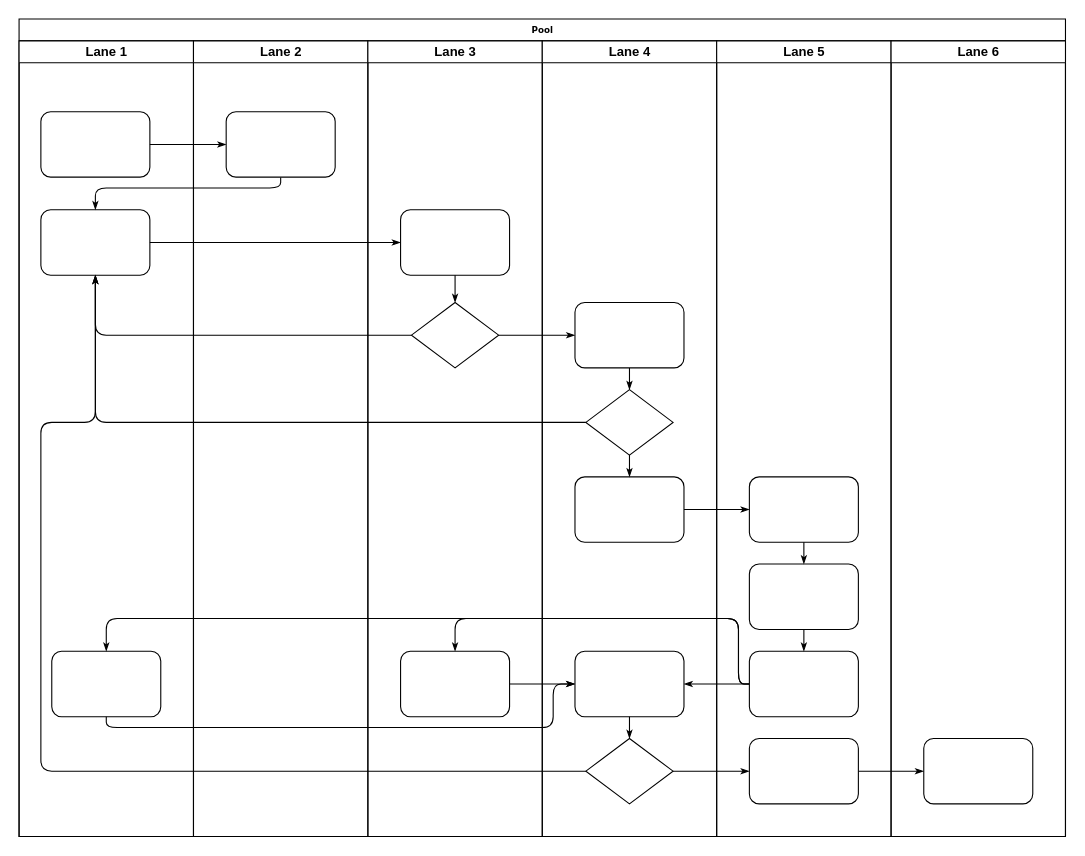
This is 未命名绘图.drawio from 13253990259/map-storage, a draw.io file, before an edit. Source tidied: cells renumbered, new cells numbered last; positions are measured from the earlier drawing's top-left corner, leaving out a move shared by most shapes. Both pictures are drawn from the tidied source at 109%, with x=0, y=0 at pixel (19, 19).
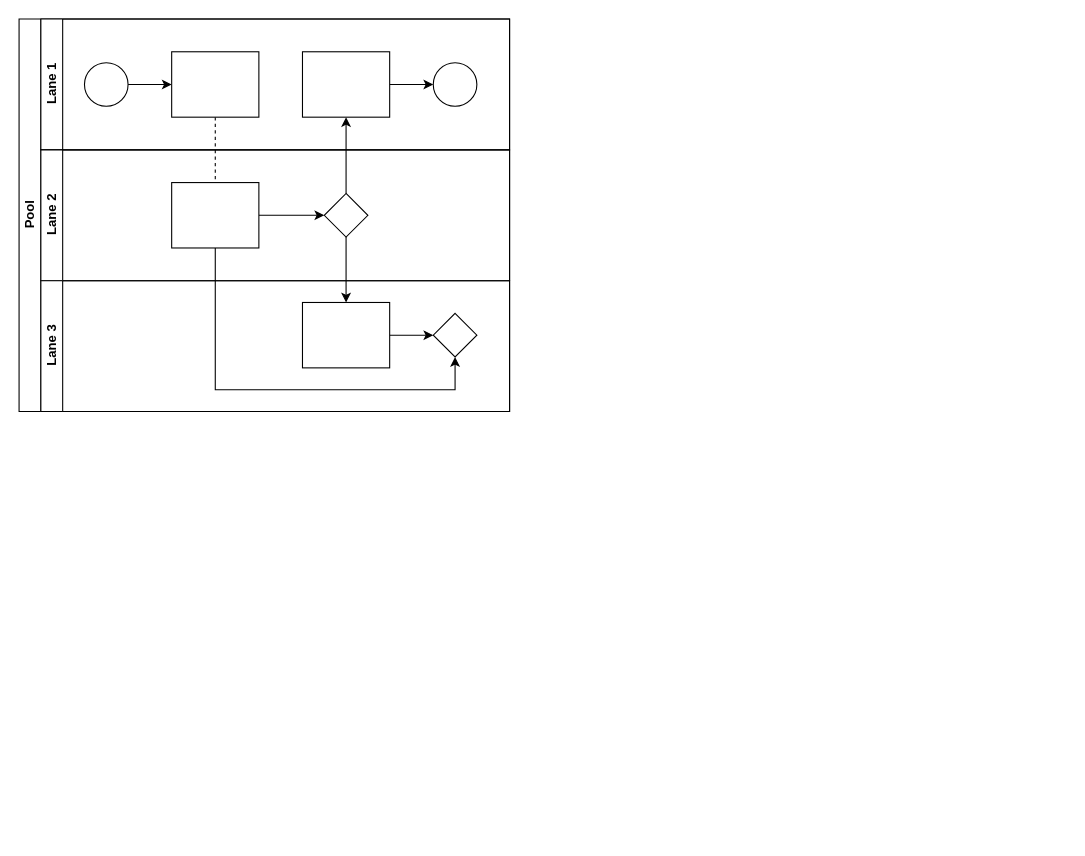
After the change.

Commit message:
已添加 未命名绘图.drawio

Change to the diagram source:
```diff
@@
-    <mxCell id="2" value="Pool" style="swimlane;html=1;startSize=20;rounded=0;shadow=0;labelBackgroundColor=none;strokeWidth=1;fontFamily=Verdana;fontSize=8;align=center;" parent="1" vertex="1">
-      <mxGeometry width="960" height="750" as="geometry" />
+    <mxCell id="2" value="Pool" style="swimlane;html=1;horizontal=0;startSize=20;" parent="1" vertex="1">
+      <mxGeometry width="450" height="360" as="geometry" />
     </mxCell>
+    <mxCell id="47" style="edgeStyle=orthogonalEdgeStyle;rounded=0;jettySize=auto;html=1;dashed=1;endArrow=none;endFill=0;" parent="2" edge="1" source="53" target="58">
+      <mxGeometry relative="1" as="geometry" />
+    </mxCell>
+    <mxCell id="48" style="edgeStyle=orthogonalEdgeStyle;rounded=0;jettySize=auto;html=1;endArrow=classic;endFill=1;" parent="2" edge="1" source="59" target="55">
+      <mxGeometry relative="1" as="geometry" />
+    </mxCell>
+    <mxCell id="49" style="edgeStyle=orthogonalEdgeStyle;rounded=0;jettySize=auto;html=1;endArrow=classic;endFill=1;" parent="2" edge="1" source="59" target="61">
+      <mxGeometry relative="1" as="geometry" />
+    </mxCell>
+    <mxCell id="50" style="edgeStyle=orthogonalEdgeStyle;rounded=0;jettySize=auto;html=1;endArrow=classic;endFill=1;" parent="2" edge="1" source="58" target="62">
+      <mxGeometry relative="1" as="geometry">
+        <Array as="points">
+          <mxPoint x="180" y="340" />
+          <mxPoint x="400" y="340" />
+        </Array>
+      </mxGeometry>
+    </mxCell>
-    <mxCell id="3" value="Lane 1" style="swimlane;html=1;startSize=20;" parent="2" vertex="1">
-      <mxGeometry y="20" width="160" height="730" as="geometry" />
+    <mxCell id="3" value="Lane 1" style="swimlane;html=1;startSize=20;horizontal=0;" parent="2" vertex="1">
+      <mxGeometry x="20" width="430" height="120" as="geometry" />
     </mxCell>
-    <mxCell id="4" style="rounded=1;whiteSpace=wrap;html=1;shadow=0;labelBackgroundColor=none;strokeWidth=1;fontFamily=Verdana;fontSize=8;align=center;" parent="3" vertex="1">
-      <mxGeometry x="20" y="65" width="100" height="60" as="geometry" />
-    </mxCell>
-    <mxCell id="5" style="rounded=1;whiteSpace=wrap;html=1;shadow=0;labelBackgroundColor=none;strokeWidth=1;fontFamily=Verdana;fontSize=8;align=center;" parent="3" vertex="1">
-      <mxGeometry x="20" y="155" width="100" height="60" as="geometry" />
-    </mxCell>
-    <mxCell id="6" style="rounded=1;whiteSpace=wrap;html=1;shadow=0;labelBackgroundColor=none;strokeWidth=1;fontFamily=Verdana;fontSize=8;align=center;" parent="3" vertex="1">
-      <mxGeometry x="30" y="560" width="100" height="60" as="geometry" />
-    </mxCell>
-    <mxCell id="7" style="edgeStyle=orthogonalEdgeStyle;rounded=1;html=1;labelBackgroundColor=none;startArrow=none;startFill=0;startSize=5;endArrow=classicThin;endFill=1;endSize=5;jettySize=auto;strokeWidth=1;fontFamily=Verdana;fontSize=8;" parent="2" edge="1" source="4" target="23">
-      <mxGeometry relative="1" as="geometry" />
-    </mxCell>
-    <mxCell id="8" style="edgeStyle=orthogonalEdgeStyle;rounded=1;html=1;labelBackgroundColor=none;startArrow=none;startFill=0;startSize=5;endArrow=classicThin;endFill=1;endSize=5;jettySize=auto;strokeWidth=1;fontFamily=Verdana;fontSize=8;" parent="2" edge="1" source="23" target="5">
-      <mxGeometry relative="1" as="geometry">
-        <Array as="points">
-          <mxPoint x="240" y="155" />
-          <mxPoint x="70" y="155" />
-        </Array>
-      </mxGeometry>
-    </mxCell>
-    <mxCell id="9" style="edgeStyle=orthogonalEdgeStyle;rounded=1;html=1;labelBackgroundColor=none;startArrow=none;startFill=0;startSize=5;endArrow=classicThin;endFill=1;endSize=5;jettySize=auto;strokeWidth=1;fontFamily=Verdana;fontSize=8;" parent="2" edge="1" source="5" target="25">
-      <mxGeometry relative="1" as="geometry" />
-    </mxCell>
-    <mxCell id="10" style="edgeStyle=orthogonalEdgeStyle;rounded=1;html=1;labelBackgroundColor=none;startArrow=none;startFill=0;startSize=5;endArrow=classicThin;endFill=1;endSize=5;jettySize=auto;strokeWidth=1;fontFamily=Verdana;fontSize=8;" parent="2" edge="1" source="26" target="5">
-      <mxGeometry relative="1" as="geometry" />
-    </mxCell>
-    <mxCell id="11" style="edgeStyle=orthogonalEdgeStyle;rounded=1;html=1;labelBackgroundColor=none;startArrow=none;startFill=0;startSize=5;endArrow=classicThin;endFill=1;endSize=5;jettySize=auto;strokeWidth=1;fontFamily=Verdana;fontSize=8;" parent="2" edge="1" source="31" target="5">
-      <mxGeometry relative="1" as="geometry" />
-    </mxCell>
-    <mxCell id="12" style="edgeStyle=orthogonalEdgeStyle;rounded=1;html=1;labelBackgroundColor=none;startArrow=none;startFill=0;startSize=5;endArrow=classicThin;endFill=1;endSize=5;jettySize=auto;strokeWidth=1;fontFamily=Verdana;fontSize=8;" parent="2" edge="1" source="34" target="5">
-      <mxGeometry relative="1" as="geometry">
-        <Array as="points">
-          <mxPoint x="20" y="690" />
-          <mxPoint x="20" y="370" />
-          <mxPoint x="70" y="370" />
-        </Array>
-      </mxGeometry>
-    </mxCell>
-    <mxCell id="13" style="edgeStyle=orthogonalEdgeStyle;rounded=1;html=1;labelBackgroundColor=none;startArrow=none;startFill=0;startSize=5;endArrow=classicThin;endFill=1;endSize=5;jettySize=auto;strokeWidth=1;fontFamily=Verdana;fontSize=8;" parent="2" edge="1" source="26" target="30">
-      <mxGeometry relative="1" as="geometry" />
-    </mxCell>
-    <mxCell id="14" style="edgeStyle=orthogonalEdgeStyle;rounded=1;html=1;labelBackgroundColor=none;startArrow=none;startFill=0;startSize=5;endArrow=classicThin;endFill=1;endSize=5;jettySize=auto;strokeWidth=1;fontFamily=Verdana;fontSize=8;" parent="2" edge="1" source="34" target="42">
-      <mxGeometry relative="1" as="geometry" />
-    </mxCell>
-    <mxCell id="15" style="edgeStyle=orthogonalEdgeStyle;rounded=1;html=1;labelBackgroundColor=none;startArrow=none;startFill=0;startSize=5;endArrow=classicThin;endFill=1;endSize=5;jettySize=auto;strokeWidth=1;fontFamily=Verdana;fontSize=8;" parent="2" edge="1" source="42" target="46">
-      <mxGeometry relative="1" as="geometry" />
-    </mxCell>
-    <mxCell id="16" style="edgeStyle=orthogonalEdgeStyle;rounded=1;html=1;labelBackgroundColor=none;startArrow=none;startFill=0;startSize=5;endArrow=classicThin;endFill=1;endSize=5;jettySize=auto;strokeWidth=1;fontFamily=Verdana;fontSize=8;" parent="2" edge="1" source="32" target="39">
-      <mxGeometry relative="1" as="geometry" />
-    </mxCell>
-    <mxCell id="17" style="edgeStyle=orthogonalEdgeStyle;rounded=1;html=1;labelBackgroundColor=none;startArrow=none;startFill=0;startSize=5;endArrow=classicThin;endFill=1;endSize=5;jettySize=auto;strokeWidth=1;fontFamily=Verdana;fontSize=8;" parent="2" edge="1" source="41" target="27">
-      <mxGeometry relative="1" as="geometry">
-        <Array as="points">
-          <mxPoint x="660" y="610" />
-          <mxPoint x="660" y="550" />
-          <mxPoint x="400" y="550" />
-        </Array>
-      </mxGeometry>
-    </mxCell>
-    <mxCell id="18" style="edgeStyle=orthogonalEdgeStyle;rounded=1;html=1;labelBackgroundColor=none;startArrow=none;startFill=0;startSize=5;endArrow=classicThin;endFill=1;endSize=5;jettySize=auto;strokeColor=#000000;strokeWidth=1;fontFamily=Verdana;fontSize=8;fontColor=#000000;" parent="2" edge="1" source="41" target="33">
-      <mxGeometry relative="1" as="geometry" />
-    </mxCell>
-    <mxCell id="19" style="edgeStyle=orthogonalEdgeStyle;rounded=1;html=1;labelBackgroundColor=none;startArrow=none;startFill=0;startSize=5;endArrow=classicThin;endFill=1;endSize=5;jettySize=auto;strokeWidth=1;fontFamily=Verdana;fontSize=8;" parent="2" edge="1" source="41" target="6">
-      <mxGeometry relative="1" as="geometry">
-        <Array as="points">
-          <mxPoint x="660" y="610" />
-          <mxPoint x="660" y="550" />
-          <mxPoint x="80" y="550" />
-        </Array>
-      </mxGeometry>
-    </mxCell>
-    <mxCell id="20" style="edgeStyle=orthogonalEdgeStyle;rounded=1;html=1;labelBackgroundColor=none;startArrow=none;startFill=0;startSize=5;endArrow=classicThin;endFill=1;endSize=5;jettySize=auto;strokeWidth=1;fontFamily=Verdana;fontSize=8;" parent="2" edge="1" source="6" target="33">
-      <mxGeometry relative="1" as="geometry">
-        <Array as="points">
-          <mxPoint x="80" y="650" />
-          <mxPoint x="490" y="650" />
-          <mxPoint x="490" y="610" />
-        </Array>
-      </mxGeometry>
-    </mxCell>
-    <mxCell id="21" style="edgeStyle=orthogonalEdgeStyle;rounded=1;html=1;labelBackgroundColor=none;startArrow=none;startFill=0;startSize=5;endArrow=classicThin;endFill=1;endSize=5;jettySize=auto;strokeWidth=1;fontFamily=Verdana;fontSize=8;" parent="2" edge="1" source="27" target="33">
-      <mxGeometry relative="1" as="geometry" />
-    </mxCell>
+    <mxCell id="51" style="edgeStyle=orthogonalEdgeStyle;rounded=0;jettySize=auto;html=1;" parent="3" edge="1" source="52" target="53">
+      <mxGeometry relative="1" as="geometry" />
+    </mxCell>
+    <mxCell id="52" style="ellipse;whiteSpace=wrap;html=1;" parent="3" vertex="1">
+      <mxGeometry x="40" y="40" width="40" height="40" as="geometry" />
+    </mxCell>
+    <mxCell id="53" style="rounded=0;whiteSpace=wrap;html=1;fontFamily=Helvetica;fontSize=12;fontColor=#000000;align=center;" parent="3" vertex="1">
+      <mxGeometry x="120" y="30" width="80" height="60" as="geometry" />
+    </mxCell>
+    <mxCell id="54" style="edgeStyle=orthogonalEdgeStyle;rounded=0;jettySize=auto;html=1;endArrow=classic;endFill=1;" parent="3" edge="1" source="55" target="56">
+      <mxGeometry relative="1" as="geometry" />
+    </mxCell>
+    <mxCell id="55" style="rounded=0;whiteSpace=wrap;html=1;fontFamily=Helvetica;fontSize=12;fontColor=#000000;align=center;" parent="3" vertex="1">
+      <mxGeometry x="240" y="30" width="80" height="60" as="geometry" />
+    </mxCell>
+    <mxCell id="56" style="ellipse;whiteSpace=wrap;html=1;" parent="3" vertex="1">
+      <mxGeometry x="360" y="40" width="40" height="40" as="geometry" />
+    </mxCell>
-    <mxCell id="22" value="Lane 2" style="swimlane;html=1;startSize=20;" parent="2" vertex="1">
-      <mxGeometry x="160" y="20" width="160" height="730" as="geometry" />
+    <mxCell id="22" value="Lane 2" style="swimlane;html=1;startSize=20;horizontal=0;" parent="2" vertex="1">
+      <mxGeometry x="20" y="120" width="430" height="120" as="geometry" />
     </mxCell>
-    <mxCell id="23" style="rounded=1;whiteSpace=wrap;html=1;shadow=0;labelBackgroundColor=none;strokeWidth=1;fontFamily=Verdana;fontSize=8;align=center;" parent="22" vertex="1">
-      <mxGeometry x="30" y="65" width="100" height="60" as="geometry" />
-    </mxCell>
+    <mxCell id="57" style="edgeStyle=orthogonalEdgeStyle;rounded=0;jettySize=auto;html=1;endArrow=classic;endFill=1;" parent="22" edge="1" source="58" target="59">
+      <mxGeometry relative="1" as="geometry" />
+    </mxCell>
+    <mxCell id="58" style="rounded=0;whiteSpace=wrap;html=1;fontFamily=Helvetica;fontSize=12;fontColor=#000000;align=center;" parent="22" vertex="1">
+      <mxGeometry x="120" y="30" width="80" height="60" as="geometry" />
+    </mxCell>
+    <mxCell id="59" style="rhombus;whiteSpace=wrap;html=1;fontFamily=Helvetica;fontSize=12;fontColor=#000000;align=center;" parent="22" vertex="1">
+      <mxGeometry x="260" y="40" width="40" height="40" as="geometry" />
+    </mxCell>
-    <mxCell id="24" value="Lane 3" style="swimlane;html=1;startSize=20;" parent="2" vertex="1">
-      <mxGeometry x="320" y="20" width="160" height="730" as="geometry" />
+    <mxCell id="24" value="Lane 3" style="swimlane;html=1;startSize=20;horizontal=0;" parent="2" vertex="1">
+      <mxGeometry x="20" y="240" width="430" height="120" as="geometry" />
     </mxCell>
-    <mxCell id="25" style="rounded=1;whiteSpace=wrap;html=1;shadow=0;labelBackgroundColor=none;strokeWidth=1;fontFamily=Verdana;fontSize=8;align=center;" parent="24" vertex="1">
-      <mxGeometry x="30" y="155" width="100" height="60" as="geometry" />
-    </mxCell>
-    <mxCell id="26" style="rhombus;whiteSpace=wrap;html=1;rounded=0;shadow=0;labelBackgroundColor=none;strokeWidth=1;fontFamily=Verdana;fontSize=8;align=center;" parent="24" vertex="1">
-      <mxGeometry x="40" y="240" width="80" height="60" as="geometry" />
-    </mxCell>
-    <mxCell id="27" style="rounded=1;whiteSpace=wrap;html=1;shadow=0;labelBackgroundColor=none;strokeWidth=1;fontFamily=Verdana;fontSize=8;align=center;" parent="24" vertex="1">
-      <mxGeometry x="30" y="560" width="100" height="60" as="geometry" />
-    </mxCell>
-    <mxCell id="28" style="edgeStyle=orthogonalEdgeStyle;rounded=1;html=1;labelBackgroundColor=none;startArrow=none;startFill=0;startSize=5;endArrow=classicThin;endFill=1;endSize=5;jettySize=auto;strokeWidth=1;fontFamily=Verdana;fontSize=8;" parent="24" edge="1" source="25" target="26">
-      <mxGeometry relative="1" as="geometry" />
-    </mxCell>
-    <mxCell id="29" value="Lane 4" style="swimlane;html=1;startSize=20;" parent="2" vertex="1">
-      <mxGeometry x="480" y="20" width="160" height="730" as="geometry" />
-    </mxCell>
-    <mxCell id="30" style="rounded=1;whiteSpace=wrap;html=1;shadow=0;labelBackgroundColor=none;strokeWidth=1;fontFamily=Verdana;fontSize=8;align=center;" parent="29" vertex="1">
-      <mxGeometry x="30" y="240" width="100" height="60" as="geometry" />
-    </mxCell>
-    <mxCell id="31" style="rhombus;whiteSpace=wrap;html=1;rounded=0;shadow=0;labelBackgroundColor=none;strokeWidth=1;fontFamily=Verdana;fontSize=8;align=center;" parent="29" vertex="1">
-      <mxGeometry x="40" y="320" width="80" height="60" as="geometry" />
-    </mxCell>
-    <mxCell id="32" style="rounded=1;whiteSpace=wrap;html=1;shadow=0;labelBackgroundColor=none;strokeWidth=1;fontFamily=Verdana;fontSize=8;align=center;" parent="29" vertex="1">
-      <mxGeometry x="30" y="400" width="100" height="60" as="geometry" />
-    </mxCell>
-    <mxCell id="33" style="rounded=1;whiteSpace=wrap;html=1;shadow=0;labelBackgroundColor=none;strokeWidth=1;fontFamily=Verdana;fontSize=8;align=center;" parent="29" vertex="1">
-      <mxGeometry x="30" y="560" width="100" height="60" as="geometry" />
-    </mxCell>
-    <mxCell id="34" style="rhombus;whiteSpace=wrap;html=1;rounded=0;shadow=0;labelBackgroundColor=none;strokeWidth=1;fontFamily=Verdana;fontSize=8;align=center;" parent="29" vertex="1">
-      <mxGeometry x="40" y="640" width="80" height="60" as="geometry" />
-    </mxCell>
-    <mxCell id="35" style="edgeStyle=orthogonalEdgeStyle;rounded=1;html=1;labelBackgroundColor=none;startArrow=none;startFill=0;startSize=5;endArrow=classicThin;endFill=1;endSize=5;jettySize=auto;strokeColor=#000000;strokeWidth=1;fontFamily=Verdana;fontSize=8;fontColor=#000000;" parent="29" edge="1" source="30" target="31">
-      <mxGeometry relative="1" as="geometry" />
-    </mxCell>
-    <mxCell id="36" style="edgeStyle=orthogonalEdgeStyle;rounded=1;html=1;labelBackgroundColor=none;startArrow=none;startFill=0;startSize=5;endArrow=classicThin;endFill=1;endSize=5;jettySize=auto;strokeWidth=1;fontFamily=Verdana;fontSize=8;" parent="29" edge="1" source="31" target="32">
-      <mxGeometry relative="1" as="geometry" />
-    </mxCell>
-    <mxCell id="37" style="edgeStyle=orthogonalEdgeStyle;rounded=1;html=1;labelBackgroundColor=none;startArrow=none;startFill=0;startSize=5;endArrow=classicThin;endFill=1;endSize=5;jettySize=auto;strokeWidth=1;fontFamily=Verdana;fontSize=8;" parent="29" edge="1" source="33" target="34">
-      <mxGeometry relative="1" as="geometry" />
-    </mxCell>
-    <mxCell id="38" value="Lane 5" style="swimlane;html=1;startSize=20;" parent="2" vertex="1">
-      <mxGeometry x="640" y="20" width="160" height="730" as="geometry" />
-    </mxCell>
-    <mxCell id="39" style="rounded=1;whiteSpace=wrap;html=1;shadow=0;labelBackgroundColor=none;strokeWidth=1;fontFamily=Verdana;fontSize=8;align=center;" parent="38" vertex="1">
-      <mxGeometry x="30" y="400" width="100" height="60" as="geometry" />
-    </mxCell>
-    <mxCell id="40" style="rounded=1;whiteSpace=wrap;html=1;shadow=0;labelBackgroundColor=none;strokeWidth=1;fontFamily=Verdana;fontSize=8;align=center;" parent="38" vertex="1">
-      <mxGeometry x="30" y="480" width="100" height="60" as="geometry" />
-    </mxCell>
-    <mxCell id="41" style="rounded=1;whiteSpace=wrap;html=1;shadow=0;labelBackgroundColor=none;strokeWidth=1;fontFamily=Verdana;fontSize=8;align=center;" parent="38" vertex="1">
-      <mxGeometry x="30" y="560" width="100" height="60" as="geometry" />
-    </mxCell>
-    <mxCell id="42" style="rounded=1;whiteSpace=wrap;html=1;shadow=0;labelBackgroundColor=none;strokeWidth=1;fontFamily=Verdana;fontSize=8;align=center;" parent="38" vertex="1">
-      <mxGeometry x="30" y="640" width="100" height="60" as="geometry" />
-    </mxCell>
-    <mxCell id="43" style="edgeStyle=orthogonalEdgeStyle;rounded=1;html=1;labelBackgroundColor=none;startArrow=none;startFill=0;startSize=5;endArrow=classicThin;endFill=1;endSize=5;jettySize=auto;strokeWidth=1;fontFamily=Verdana;fontSize=8;" parent="38" edge="1" source="39" target="40">
-      <mxGeometry relative="1" as="geometry" />
-    </mxCell>
-    <mxCell id="44" style="edgeStyle=orthogonalEdgeStyle;rounded=1;html=1;labelBackgroundColor=none;startArrow=none;startFill=0;startSize=5;endArrow=classicThin;endFill=1;endSize=5;jettySize=auto;strokeWidth=1;fontFamily=Verdana;fontSize=8;" parent="38" edge="1" source="40" target="41">
-      <mxGeometry relative="1" as="geometry" />
-    </mxCell>
-    <mxCell id="45" value="Lane 6" style="swimlane;html=1;startSize=20;" parent="2" vertex="1">
-      <mxGeometry x="800" y="20" width="160" height="730" as="geometry" />
-    </mxCell>
-    <mxCell id="46" style="rounded=1;whiteSpace=wrap;html=1;shadow=0;labelBackgroundColor=none;strokeWidth=1;fontFamily=Verdana;fontSize=8;align=center;" parent="45" vertex="1">
-      <mxGeometry x="30" y="640" width="100" height="60" as="geometry" />
-    </mxCell>
+    <mxCell id="60" style="edgeStyle=orthogonalEdgeStyle;rounded=0;jettySize=auto;html=1;endArrow=classic;endFill=1;" parent="24" edge="1" source="61" target="62">
+      <mxGeometry relative="1" as="geometry" />
+    </mxCell>
+    <mxCell id="61" style="rounded=0;whiteSpace=wrap;html=1;fontFamily=Helvetica;fontSize=12;fontColor=#000000;align=center;" parent="24" vertex="1">
+      <mxGeometry x="240" y="20" width="80" height="60" as="geometry" />
+    </mxCell>
+    <mxCell id="62" style="rhombus;whiteSpace=wrap;html=1;fontFamily=Helvetica;fontSize=12;fontColor=#000000;align=center;" parent="24" vertex="1">
+      <mxGeometry x="360" y="30" width="40" height="40" as="geometry" />
+    </mxCell>
```
